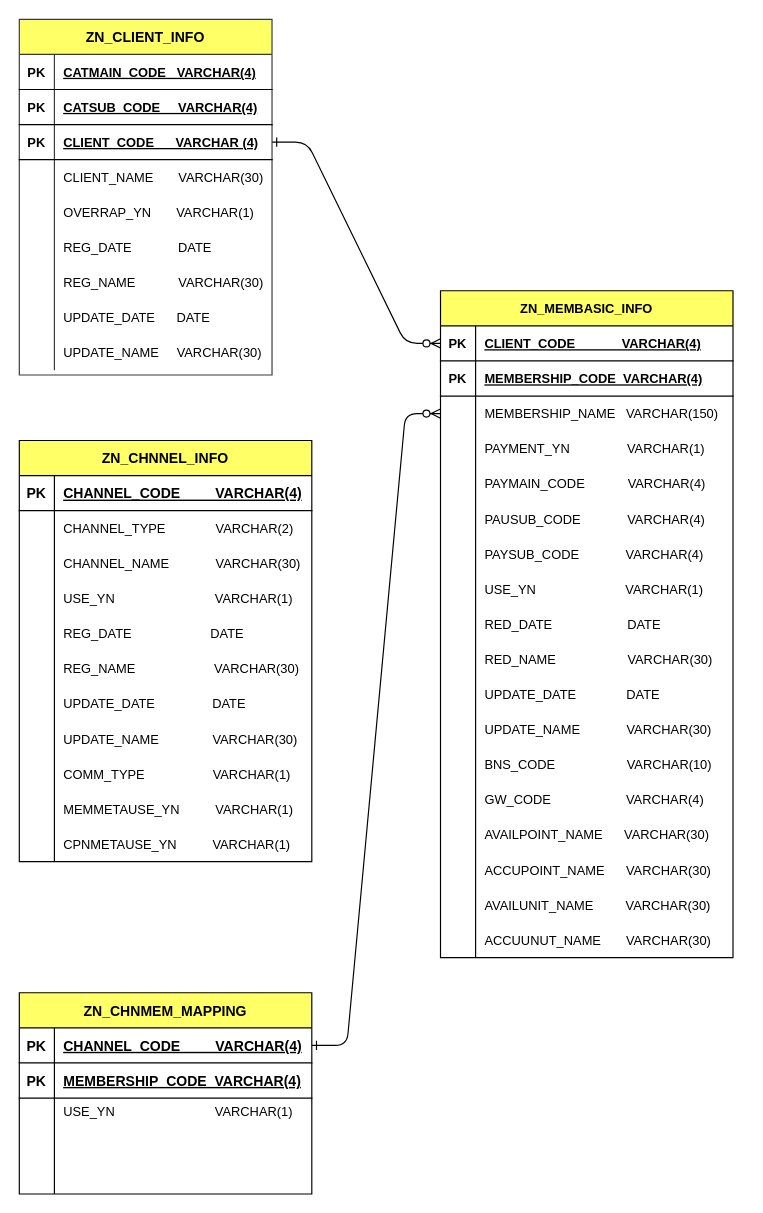
The draw.io diagram Untitled Diagram.drawio in qksl22/Java, before the edit. Source tidied: cells renumbered, new cells numbered last; positions are measured from the earlier drawing's top-left corner, leaving out a move shared by most shapes. Both pictures are drawn from the tidied source at 117%, with x=0, y=0 at pixel (19, 19).
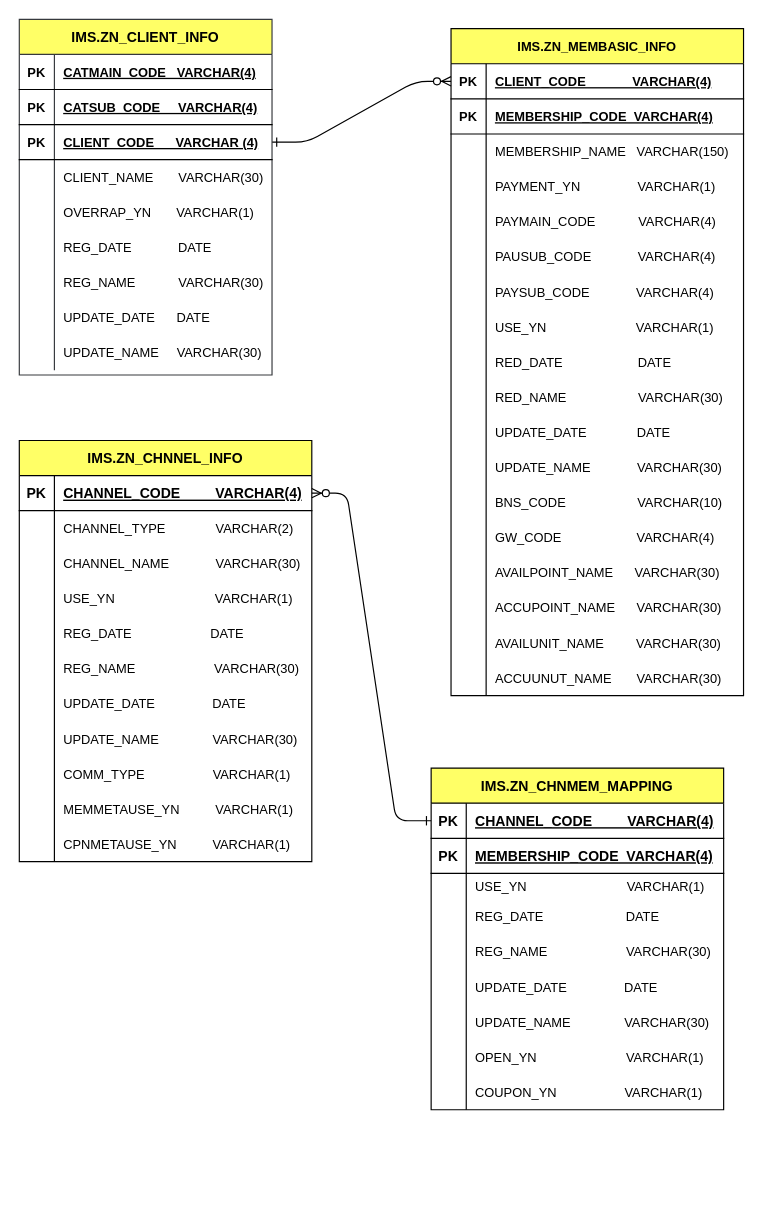
After the change.

The change refers to these unchanged cells:
```xml
<mxCell id="11" style="shape=partialRectangle;fillColor=none;points=[[0,0.5],[1,0.5]];portConstraint=eastwest;top=0;left=0;right=0;bottom=0;fontSize=11;" parent="4" vertex="1">
  <mxGeometry y="90" width="250" height="30" as="geometry" />
</mxCell>
<mxCell id="88" style="shape=partialRectangle;fillColor=none;points=[[0,0.5],[1,0.5]];portConstraint=eastwest;top=0;left=0;right=0;bottom=1;" parent="87" vertex="1">
  <mxGeometry y="30" width="250" height="30" as="geometry" />
</mxCell>
<mxCell id="97" style="shape=partialRectangle;fillColor=none;top=0;left=0;right=0;bottom=0;fontSize=11;" parent="87" vertex="1">
  <mxGeometry y="112" width="250" height="30" as="geometry" />
</mxCell>
<mxCell id="100" style="shape=partialRectangle;fillColor=none;top=0;left=0;right=0;bottom=0;fontSize=11;" parent="87" vertex="1">
  <mxGeometry y="142" width="250" height="30" as="geometry" />
</mxCell>
<mxCell id="104" style="shape=partialRectangle;fillColor=none;points=[[0,0.5],[1,0.5]];portConstraint=eastwest;top=0;left=0;right=0;bottom=1;" parent="103" vertex="1">
  <mxGeometry y="30" width="250" height="30" as="geometry" />
</mxCell>
```

Change to the diagram source:
```diff
@@
+    <mxCell id="3" style="edgeStyle=entityRelationEdgeStyle;endArrow=ERzeroToMany;startArrow=ERone;endFill=1;startFill=0;fontSize=11;exitX=0;exitY=0.5;exitDx=0;exitDy=0;entryX=1;entryY=0.5;entryDx=0;entryDy=0;" parent="1" edge="1" source="88" target="104">
+      <mxGeometry relative="1" as="geometry" />
+    </mxCell>
@@
-    <mxCell id="3" style="edgeStyle=entityRelationEdgeStyle;endArrow=ERzeroToMany;startArrow=ERone;endFill=1;startFill=0;fontSize=11;exitX=1;exitY=0.5;exitDx=0;exitDy=0;" parent="1" edge="1" source="88" target="11">
-      <mxGeometry relative="1" as="geometry" />
-    </mxCell>
-    <mxCell id="4" value="ZN_MEMBASIC_INFO" style="shape=table;startSize=30;childLayout=tableLayout;rowLines=0;fontStyle=1;align=center;fontSize=11;fillColor=#FFFF66;" parent="1" vertex="1">
-      <mxGeometry x="360" y="232" width="250" height="570" as="geometry" />
+    <mxCell id="4" value="IMS.ZN_MEMBASIC_INFO" style="shape=table;startSize=30;childLayout=tableLayout;rowLines=0;fontStyle=1;align=center;fontSize=11;fillColor=#FFFF66;" parent="1" vertex="1">
+      <mxGeometry x="369" y="8" width="250" height="570" as="geometry" />
     </mxCell>
@@
-    <mxCell id="59" value="ZN_CLIENT_INFO" style="shape=table;startSize=30;childLayout=tableLayout;rowLines=0;fontStyle=1;align=center;fillColor=#FFFF66;strokeColor=#36393d;" parent="1" vertex="1">
+    <mxCell id="59" value="IMS.ZN_CLIENT_INFO" style="shape=table;startSize=30;childLayout=tableLayout;rowLines=0;fontStyle=1;align=center;fillColor=#FFFF66;strokeColor=#36393d;" parent="1" vertex="1">
       <mxGeometry width="216" height="304" as="geometry" />
     </mxCell>
@@
-    <mxCell id="87" value="ZN_CHNMEM_MAPPING" style="shape=table;startSize=30;childLayout=tableLayout;rowLines=0;fontStyle=1;align=center;fillColor=#FFFF66;" parent="1" vertex="1">
-      <mxGeometry y="832" width="250" height="172" as="geometry" />
+    <mxCell id="87" value="IMS.ZN_CHNMEM_MAPPING" style="shape=table;startSize=30;childLayout=tableLayout;rowLines=0;fontStyle=1;align=center;fillColor=#FFFF66;" parent="1" vertex="1">
+      <mxGeometry x="352" y="640" width="250" height="292" as="geometry" />
     </mxCell>
@@
-    <mxCell id="99" style="shape=partialRectangle;overflow=hidden;fillColor=none;top=0;left=0;bottom=0;right=0;align=left;spacingLeft=6;fontSize=11;" parent="97" vertex="1">
+    <mxCell id="99" value="REG_DATE                       DATE" style="shape=partialRectangle;overflow=hidden;fillColor=none;top=0;left=0;bottom=0;right=0;align=left;spacingLeft=6;fontSize=11;" parent="97" vertex="1">
       <mxGeometry x="30" width="220" height="30" as="geometry" />
     </mxCell>
@@
-    <mxCell id="102" style="shape=partialRectangle;overflow=hidden;fillColor=none;top=0;left=0;bottom=0;right=0;align=left;spacingLeft=6;fontSize=11;" parent="100" vertex="1">
+    <mxCell id="102" value="REG_NAME                      VARCHAR(30)" style="shape=partialRectangle;overflow=hidden;fillColor=none;top=0;left=0;bottom=0;right=0;align=left;spacingLeft=6;fontSize=11;" parent="100" vertex="1">
       <mxGeometry x="30" width="220" height="30" as="geometry" />
     </mxCell>
+    <mxCell id="137" style="shape=partialRectangle;fillColor=none;top=0;left=0;right=0;bottom=0;fontSize=11;" parent="87" vertex="1">
+      <mxGeometry y="172" width="250" height="30" as="geometry" />
+    </mxCell>
+    <mxCell id="138" style="shape=partialRectangle;overflow=hidden;fillColor=none;top=0;left=0;bottom=0;right=0;fontSize=11;" parent="137" vertex="1">
+      <mxGeometry width="30" height="30" as="geometry" />
+    </mxCell>
+    <mxCell id="139" value="UPDATE_DATE                DATE" style="shape=partialRectangle;overflow=hidden;fillColor=none;top=0;left=0;bottom=0;right=0;align=left;spacingLeft=6;fontSize=11;" parent="137" vertex="1">
+      <mxGeometry x="30" width="220" height="30" as="geometry" />
+    </mxCell>
+    <mxCell id="140" style="shape=partialRectangle;fillColor=none;top=0;left=0;right=0;bottom=0;fontSize=11;" parent="87" vertex="1">
+      <mxGeometry y="202" width="250" height="30" as="geometry" />
+    </mxCell>
+    <mxCell id="141" style="shape=partialRectangle;overflow=hidden;fillColor=none;top=0;left=0;bottom=0;right=0;fontSize=11;" parent="140" vertex="1">
+      <mxGeometry width="30" height="30" as="geometry" />
+    </mxCell>
+    <mxCell id="142" value="UPDATE_NAME               VARCHAR(30)" style="shape=partialRectangle;overflow=hidden;fillColor=none;top=0;left=0;bottom=0;right=0;align=left;spacingLeft=6;fontSize=11;" parent="140" vertex="1">
+      <mxGeometry x="30" width="220" height="30" as="geometry" />
+    </mxCell>
+    <mxCell id="143" style="shape=partialRectangle;fillColor=none;top=0;left=0;right=0;bottom=0;fontSize=11;" parent="87" vertex="1">
+      <mxGeometry y="232" width="250" height="30" as="geometry" />
+    </mxCell>
+    <mxCell id="144" style="shape=partialRectangle;overflow=hidden;fillColor=none;top=0;left=0;bottom=0;right=0;fontSize=11;" parent="143" vertex="1">
+      <mxGeometry width="30" height="30" as="geometry" />
+    </mxCell>
+    <mxCell id="145" value="OPEN_YN                         VARCHAR(1)" style="shape=partialRectangle;overflow=hidden;fillColor=none;top=0;left=0;bottom=0;right=0;align=left;spacingLeft=6;fontSize=11;" parent="143" vertex="1">
+      <mxGeometry x="30" width="220" height="30" as="geometry" />
+    </mxCell>
+    <mxCell id="146" style="shape=partialRectangle;fillColor=none;top=0;left=0;right=0;bottom=0;fontSize=11;" parent="87" vertex="1">
+      <mxGeometry y="262" width="250" height="30" as="geometry" />
+    </mxCell>
+    <mxCell id="147" style="shape=partialRectangle;overflow=hidden;fillColor=none;top=0;left=0;bottom=0;right=0;fontSize=11;" parent="146" vertex="1">
+      <mxGeometry width="30" height="30" as="geometry" />
+    </mxCell>
+    <mxCell id="148" value="COUPON_YN                   VARCHAR(1)" style="shape=partialRectangle;overflow=hidden;fillColor=none;top=0;left=0;bottom=0;right=0;align=left;spacingLeft=6;fontSize=11;" parent="146" vertex="1">
+      <mxGeometry x="30" width="220" height="30" as="geometry" />
+    </mxCell>
-    <mxCell id="103" value="ZN_CHNNEL_INFO" style="shape=table;startSize=30;childLayout=tableLayout;rowLines=0;fontStyle=1;align=center;fillColor=#FFFF66;" parent="1" vertex="1">
+    <mxCell id="103" value="IMS.ZN_CHNNEL_INFO" style="shape=table;startSize=30;childLayout=tableLayout;rowLines=0;fontStyle=1;align=center;fillColor=#FFFF66;" parent="1" vertex="1">
       <mxGeometry y="360" width="250" height="360" as="geometry" />
     </mxCell>
```
